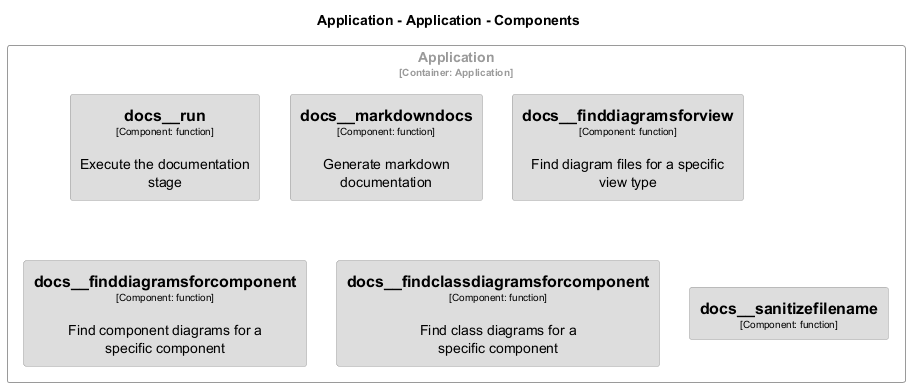
Above: docs/architecture/diagrams/structurizr-Classes_default_container__docs.png in chrislyons-dev/archlette (PlantUML), before the change.
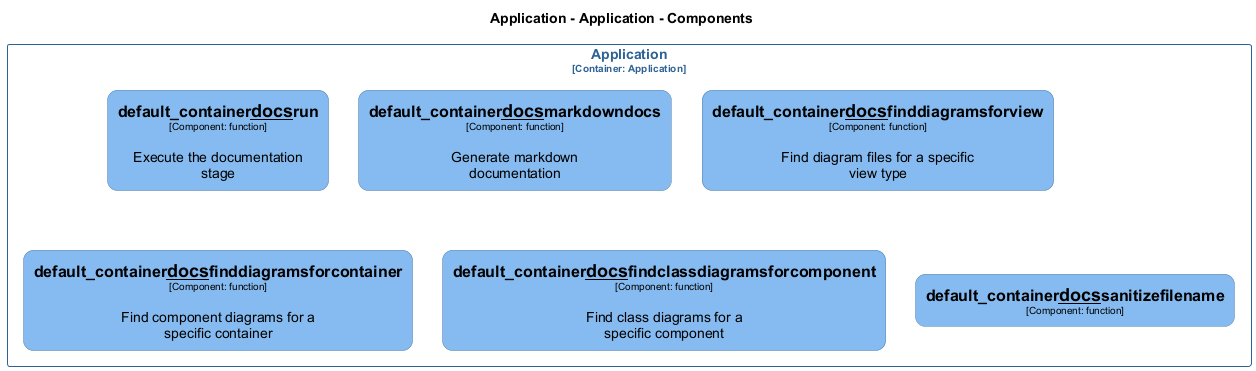
Above is the later version.

The edit, as a diff of the source:
```diff
@@ -11,59 +11,66 @@
   defaultTextAlignment center
   wrapWidth 200
   maxMessageSize 100
+  defaultFontName "Arial"
 }
 
 hide stereotype
 
-skinparam rectangle<<Application.Application.docs__findclassdiagramsforcomponent>> {
-  BackgroundColor #dddddd
+skinparam rectangle<<Application.Application.default_container__docs__findclassdiagramsforcomponent>> {
+  BackgroundColor #85bbf0
   FontColor #000000
-  BorderColor #9a9a9a
+  BorderColor #5d82a8
+  roundCorner 20
   shadowing false
 }
-skinparam rectangle<<Application.Application.docs__finddiagramsforcomponent>> {
-  BackgroundColor #dddddd
+skinparam rectangle<<Application.Application.default_container__docs__finddiagramsforcontainer>> {
+  BackgroundColor #85bbf0
   FontColor #000000
-  BorderColor #9a9a9a
+  BorderColor #5d82a8
+  roundCorner 20
   shadowing false
 }
-skinparam rectangle<<Application.Application.docs__finddiagramsforview>> {
-  BackgroundColor #dddddd
+skinparam rectangle<<Application.Application.default_container__docs__finddiagramsforview>> {
+  BackgroundColor #85bbf0
   FontColor #000000
-  BorderColor #9a9a9a
+  BorderColor #5d82a8
+  roundCorner 20
   shadowing false
 }
-skinparam rectangle<<Application.Application.docs__markdowndocs>> {
-  BackgroundColor #dddddd
+skinparam rectangle<<Application.Application.default_container__docs__markdowndocs>> {
+  BackgroundColor #85bbf0
   FontColor #000000
-  BorderColor #9a9a9a
+  BorderColor #5d82a8
+  roundCorner 20
   shadowing false
 }
-skinparam rectangle<<Application.Application.docs__run>> {
-  BackgroundColor #dddddd
+skinparam rectangle<<Application.Application.default_container__docs__run>> {
+  BackgroundColor #85bbf0
   FontColor #000000
-  BorderColor #9a9a9a
+  BorderColor #5d82a8
+  roundCorner 20
   shadowing false
 }
-skinparam rectangle<<Application.Application.docs__sanitizefilename>> {
-  BackgroundColor #dddddd
+skinparam rectangle<<Application.Application.default_container__docs__sanitizefilename>> {
+  BackgroundColor #85bbf0
   FontColor #000000
-  BorderColor #9a9a9a
+  BorderColor #5d82a8
+  roundCorner 20
   shadowing false
 }
 skinparam rectangle<<Application.Application>> {
-  BorderColor #9a9a9a
-  FontColor #9a9a9a
+  BorderColor #2e6295
+  FontColor #2e6295
   shadowing false
 }
 
 rectangle "Application\n<size:10>[Container: Application]</size>" <<Application.Application>> {
-  rectangle "==docs__run\n<size:10>[Component: function]</size>\n\nExecute the documentation stage" <<Application.Application.docs__run>> as Application.Application.docs__run
-  rectangle "==docs__markdowndocs\n<size:10>[Component: function]</size>\n\nGenerate markdown documentation" <<Application.Application.docs__markdowndocs>> as Application.Application.docs__markdowndocs
-  rectangle "==docs__finddiagramsforview\n<size:10>[Component: function]</size>\n\nFind diagram files for a specific view type" <<Application.Application.docs__finddiagramsforview>> as Application.Application.docs__finddiagramsforview
-  rectangle "==docs__finddiagramsforcomponent\n<size:10>[Component: function]</size>\n\nFind component diagrams for a specific component" <<Application.Application.docs__finddiagramsforcomponent>> as Application.Application.docs__finddiagramsforcomponent
-  rectangle "==docs__findclassdiagramsforcomponent\n<size:10>[Component: function]</size>\n\nFind class diagrams for a specific component" <<Application.Application.docs__findclassdiagramsforcomponent>> as Application.Application.docs__findclassdiagramsforcomponent
-  rectangle "==docs__sanitizefilename\n<size:10>[Component: function]</size>" <<Application.Application.docs__sanitizefilename>> as Application.Application.docs__sanitizefilename
+  rectangle "==default_container__docs__run\n<size:10>[Component: function]</size>\n\nExecute the documentation stage" <<Application.Application.default_container__docs__run>> as Application.Application.default_container__docs__run
+  rectangle "==default_container__docs__markdowndocs\n<size:10>[Component: function]</size>\n\nGenerate markdown documentation" <<Application.Application.default_container__docs__markdowndocs>> as Application.Application.default_container__docs__markdowndocs
+  rectangle "==default_container__docs__finddiagramsforview\n<size:10>[Component: function]</size>\n\nFind diagram files for a specific view type" <<Application.Application.default_container__docs__finddiagramsforview>> as Application.Application.default_container__docs__finddiagramsforview
+  rectangle "==default_container__docs__finddiagramsforcontainer\n<size:10>[Component: function]</size>\n\nFind component diagrams for a specific container" <<Application.Application.default_container__docs__finddiagramsforcontainer>> as Application.Application.default_container__docs__finddiagramsforcontainer
+  rectangle "==default_container__docs__findclassdiagramsforcomponent\n<size:10>[Component: function]</size>\n\nFind class diagrams for a specific component" <<Application.Application.default_container__docs__findclassdiagramsforcomponent>> as Application.Application.default_container__docs__findclassdiagramsforcomponent
+  rectangle "==default_container__docs__sanitizefilename\n<size:10>[Component: function]</size>" <<Application.Application.default_container__docs__sanitizefilename>> as Application.Application.default_container__docs__sanitizefilename
 }
 
 @enduml
```
